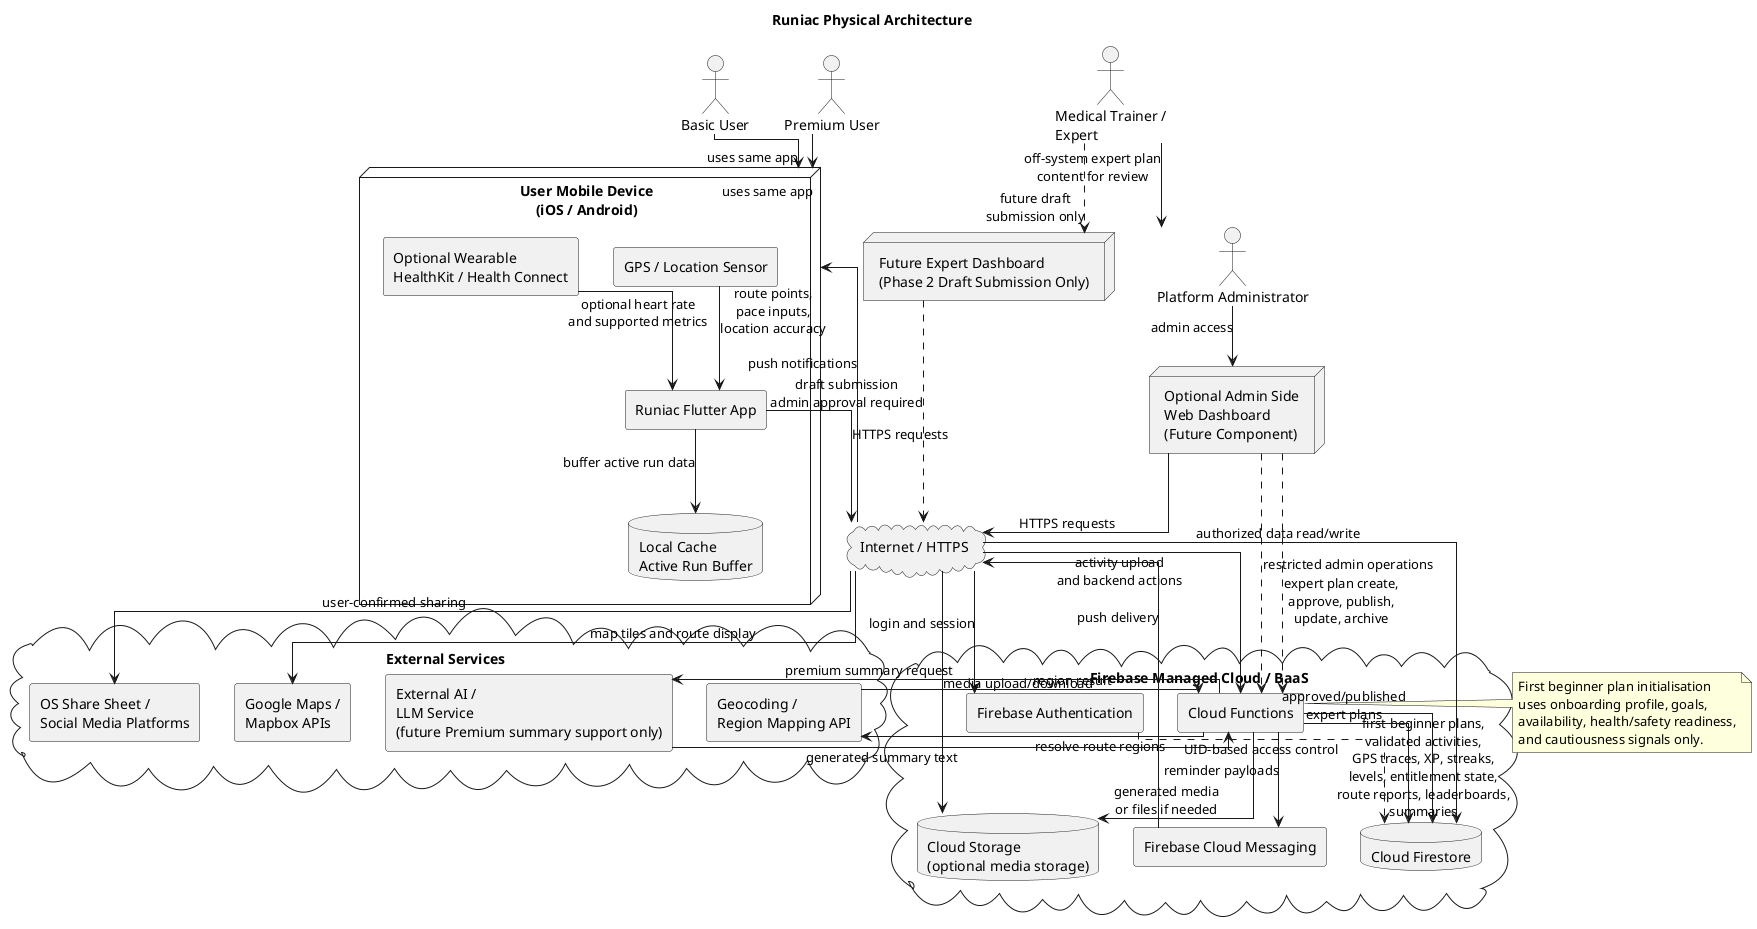
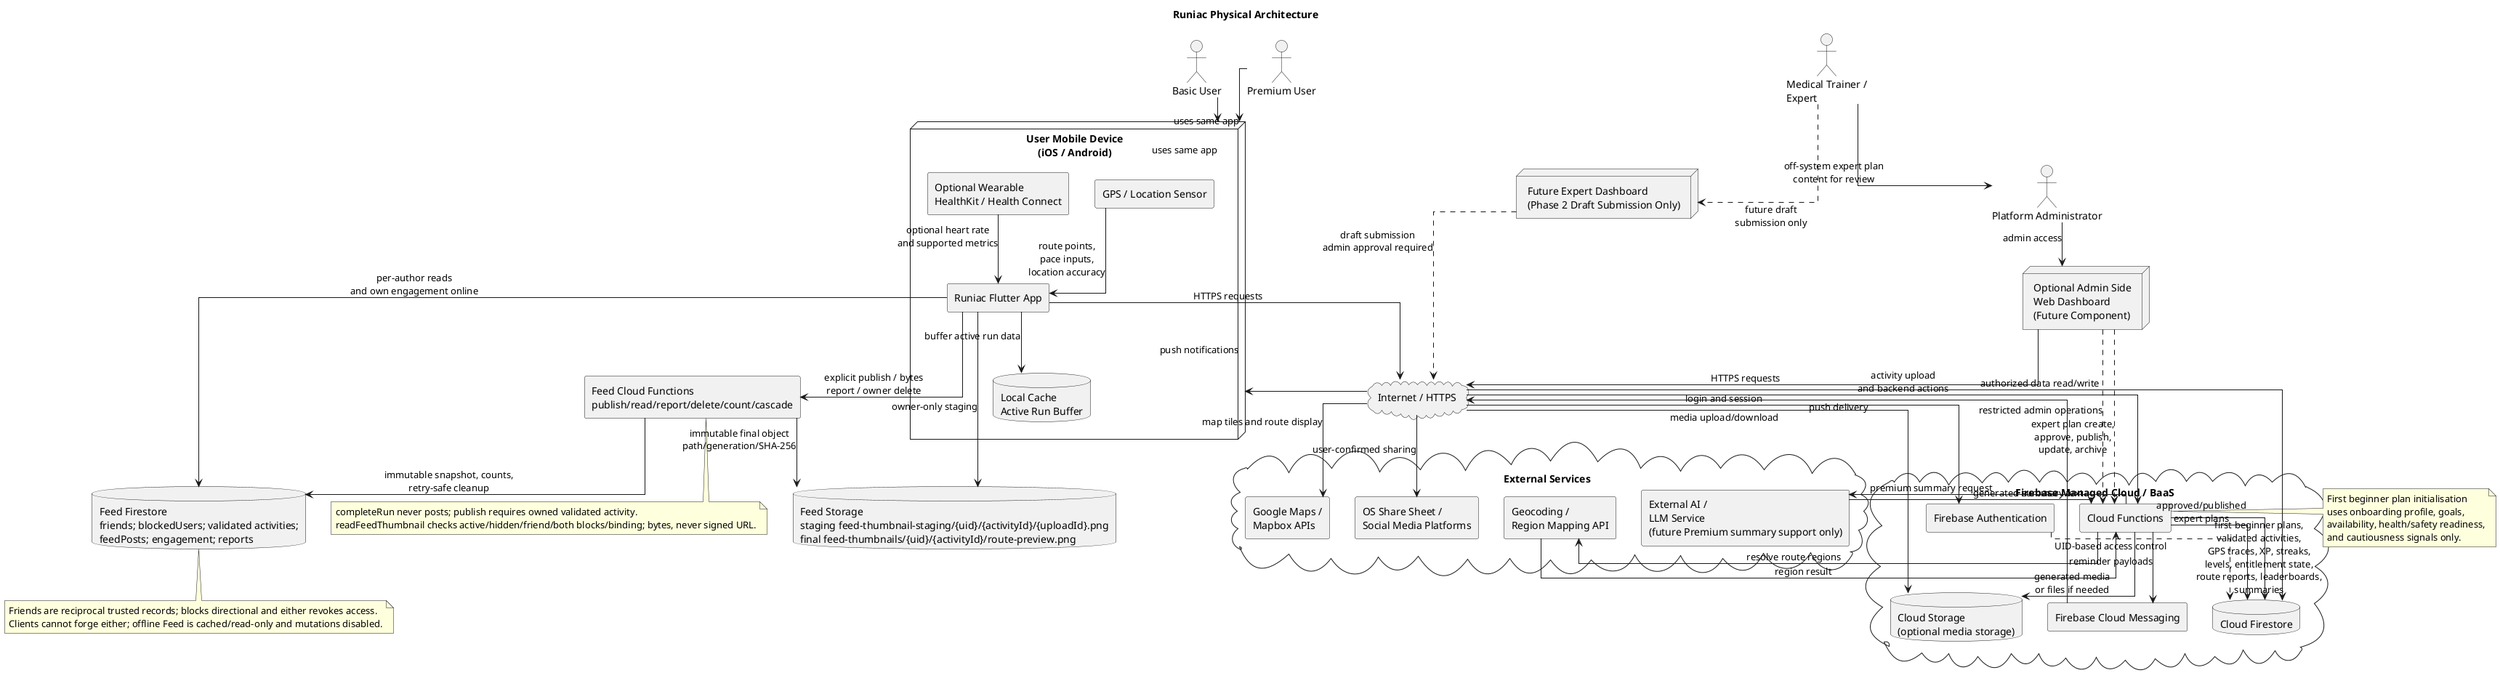
@startuml Runiac_Physical_Architecture
title Runiac Physical Architecture

skinparam componentStyle rectangle
skinparam shadowing false
skinparam linetype ortho
skinparam packageStyle rectangle

actor "Basic User" as BasicUser
actor "Premium User" as PremiumUser
actor "Platform Administrator" as Admin
actor "Medical Trainer /\nExpert" as Expert

node "User Mobile Device\n(iOS / Android)" as Mobile {
  component "Runiac Flutter App" as App
  component "GPS / Location Sensor" as GPS
  component "Optional Wearable\nHealthKit / Health Connect" as Wearable
  database "Local Cache\nActive Run Buffer" as LocalCache
}

cloud "Internet / HTTPS" as Internet

node "Optional Admin Side\nWeb Dashboard\n(Future Component)" as AdminDash
node "Future Expert Dashboard\n(Phase 2 Draft Submission Only)" as ExpertDash

cloud "Firebase Managed Cloud / BaaS" as Firebase {
  component "Firebase Authentication" as Auth
  database "Cloud Firestore" as Firestore
  component "Cloud Functions" as Functions
  component "Firebase Cloud Messaging" as FCM
  database "Cloud Storage\n(optional media storage)" as Storage
}

cloud "External Services" as External {
  component "Google Maps /\nMapbox APIs" as Maps
  component "Geocoding /\nRegion Mapping API" as Geo
  component "External AI /\nLLM Service\n(future Premium summary support only)" as LLM
  component "OS Share Sheet /\nSocial Media Platforms" as Share
}

BasicUser --> Mobile : uses same app
PremiumUser --> Mobile : uses same app
GPS --> App : route points,\npace inputs,\nlocation accuracy
Wearable --> App : optional heart rate\nand supported metrics
App --> LocalCache : buffer active run data

App --> Internet : HTTPS requests
Admin --> AdminDash : admin access
AdminDash --> Internet : HTTPS requests

Internet --> Auth : login and session
Internet --> Firestore : authorized data read/write
Internet --> Functions : activity upload\nand backend actions
Internet --> Storage : media upload/download
Internet --> Maps : map tiles and route display
Internet --> Share : user-confirmed sharing

Functions --> Firestore : first beginner plans,\nvalidated activities,\nGPS traces, XP, streaks,\nlevels, entitlement state,\nroute reports, leaderboards,\nsummaries
Functions --> Firestore : approved/published\nexpert plans
Functions --> Storage : generated media\nor files if needed
Functions --> FCM : reminder payloads
FCM --> Internet : push delivery
Internet --> Mobile : push notifications

Functions --> Geo : resolve route regions
Geo --> Functions : region result

Functions --> LLM : premium summary request
LLM --> Functions : generated summary text

note right of Functions
  First beginner plan initialisation
  uses onboarding profile, goals,
  availability, health/safety readiness,
  and cautiousness signals only.
end note

Auth ..> Firestore : UID-based access control
AdminDash ..> Functions : restricted admin operations
Expert --> Admin : off-system expert plan\ncontent for review
Expert ..> ExpertDash : future draft\nsubmission only
ExpertDash ..> Internet : draft submission\nadmin approval required
AdminDash ..> Functions : expert plan create,\napprove, publish,\nupdate, archive

+ ' Feed/Friends additive physical boundary
+ component "Feed Cloud Functions\npublish/read/report/delete/count/cascade" as FeedFunctions
+ database "Feed Firestore\nfriends; blockedUsers; validated activities;\nfeedPosts; engagement; reports" as FeedStore
+ database "Feed Storage\nstaging feed-thumbnail-staging/{uid}/{activityId}/{uploadId}.png\nfinal feed-thumbnails/{uid}/{activityId}/route-preview.png" as FeedStorage
+ App --> FeedStore : per-author reads\nand own engagement online
+ App --> FeedFunctions : explicit publish / bytes\nreport / owner delete
+ App --> FeedStorage : owner-only staging
+ FeedFunctions --> FeedStore : immutable snapshot, counts,\nretry-safe cleanup
+ FeedFunctions --> FeedStorage : immutable final object\npath/generation/SHA-256
+ note bottom of FeedFunctions
+ completeRun never posts; publish requires owned validated activity.
+ readFeedThumbnail checks active/hidden/friend/both blocks/binding; bytes, never signed URL.
+ end note
+ note bottom of FeedStore
+ Friends are reciprocal trusted records; blocks directional and either revokes access.
+ Clients cannot forge either; offline Feed is cached/read-only and mutations disabled.
+ end note
+ 
@enduml
